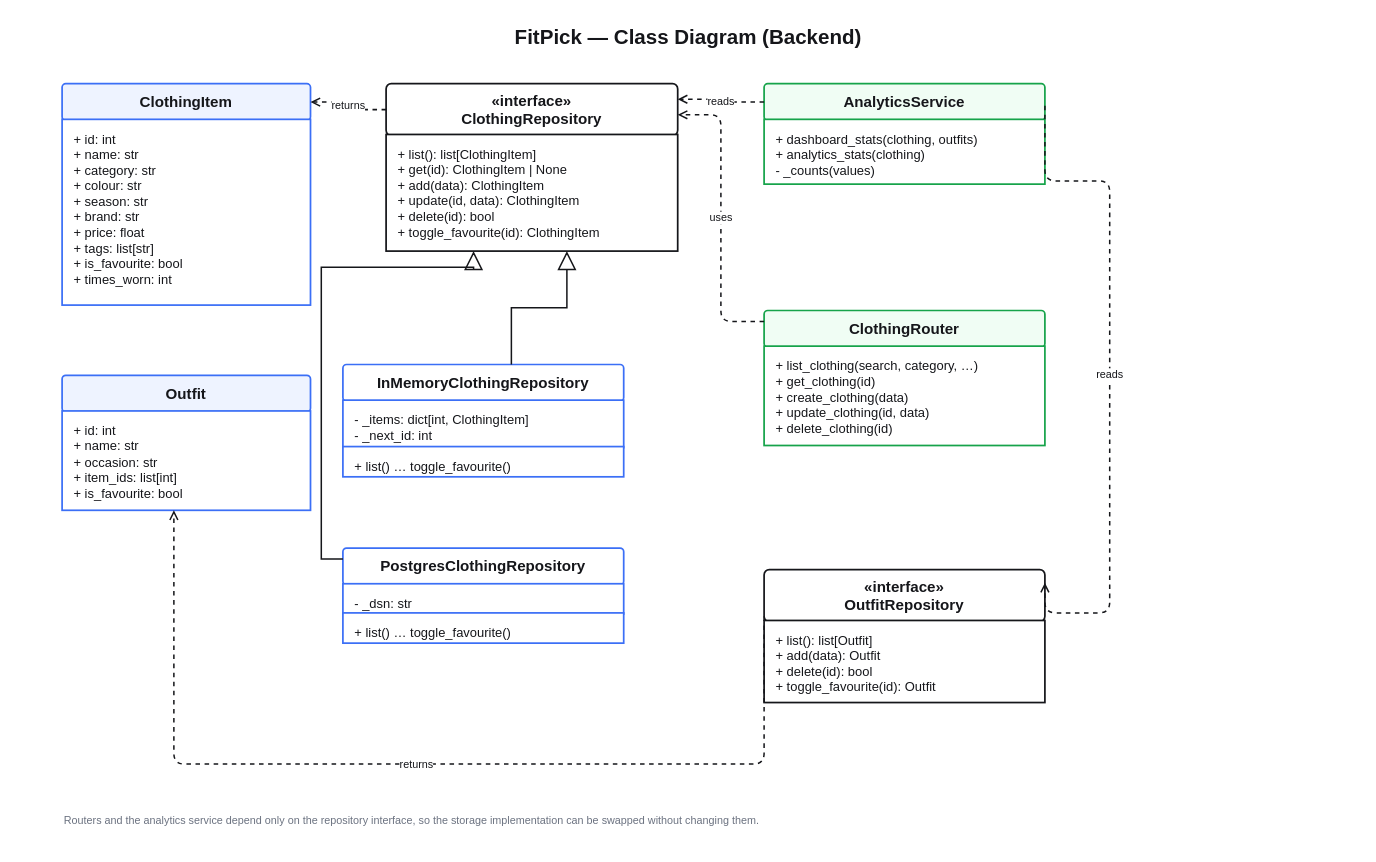
Earlier version of the draw.io diagram docs/design/diagrams/class-diagram.drawio (nithi0307/fitpick). Source tidied: cells renumbered, new cells numbered last; positions are measured from the earlier drawing's top-left corner, leaving out a move shared by most shapes. Both pictures are drawn from the tidied source at 108%, with x=0, y=0 at pixel (18, 18).
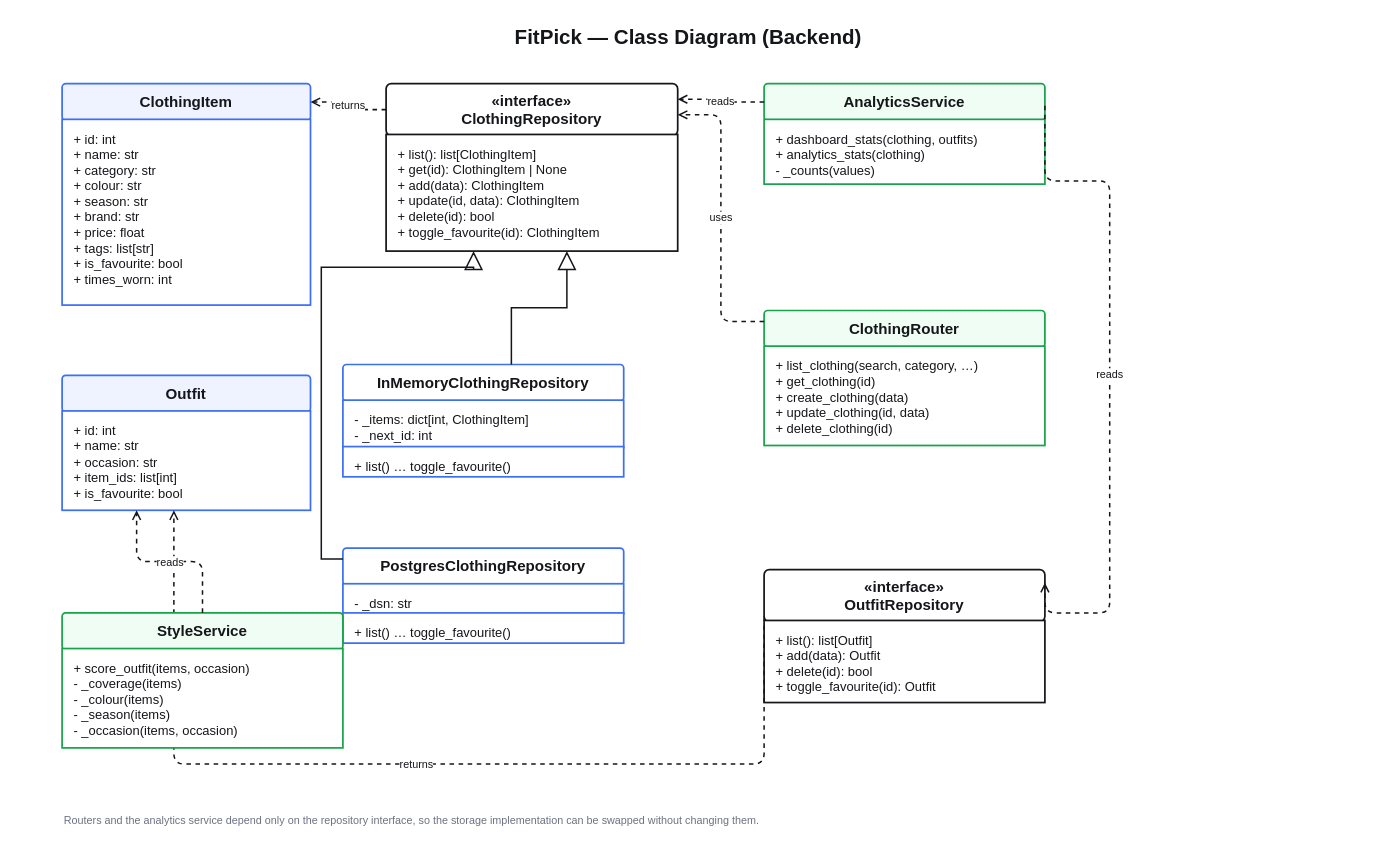
Above is the later version.

The change refers to these unchanged cells:
```xml
<mxCell id="6" value="+ id: int&#10;+ name: str&#10;+ occasion: str&#10;+ item_ids: list[int]&#10;+ is_favourite: bool" style="rounded=0;html=1;whiteSpace=wrap;fillColor=#ffffff;strokeColor=#3b6ff6;strokeWidth=1.6;fontSize=12;fontColor=#15161a;align=left;verticalAlign=top;spacingLeft=9;spacingTop=5;" parent="1" vertex="1">
  <mxGeometry x="40" y="363" width="230" height="92" as="geometry" />
</mxCell>
```

The edit, as a diff of the source:
```diff
@@
+    <mxCell id="29" value="StyleService" style="rounded=1;arcSize=10;html=1;whiteSpace=wrap;fillColor=#f0fdf4;strokeColor=#16a34a;strokeWidth=1.6;fontSize=14;fontStyle=1;fontColor=#15161A;verticalAlign=middle;align=center;" parent="1" vertex="1">
+      <mxGeometry x="40" y="550" width="260" height="34" as="geometry" />
+    </mxCell>
+    <mxCell id="30" value="+ score_outfit(items, occasion)&#10;- _coverage(items)&#10;- _colour(items)&#10;- _season(items)&#10;- _occasion(items, occasion)" style="rounded=0;html=1;whiteSpace=wrap;fillColor=#ffffff;strokeColor=#16a34a;strokeWidth=1.6;fontSize=12;fontColor=#15161A;align=left;verticalAlign=top;spacingLeft=9;spacingTop=5;" parent="1" vertex="1">
+      <mxGeometry x="40" y="583" width="260" height="92" as="geometry" />
+    </mxCell>
+    <mxCell id="31" value="reads" style="edgeStyle=orthogonalEdgeStyle;rounded=1;html=1;strokeColor=#15161A;strokeWidth=1.4;fontSize=10;fontColor=#15161A;labelBackgroundColor=#ffffff;endArrow=open;endFill=0;dashed=1;exitX=0.5;exitY=0;exitDx=0;exitDy=0;entryX=0.3;entryY=1;entryDx=0;entryDy=0;" parent="1" edge="1" source="29" target="6">
+      <mxGeometry relative="1" as="geometry" />
+    </mxCell>
```
